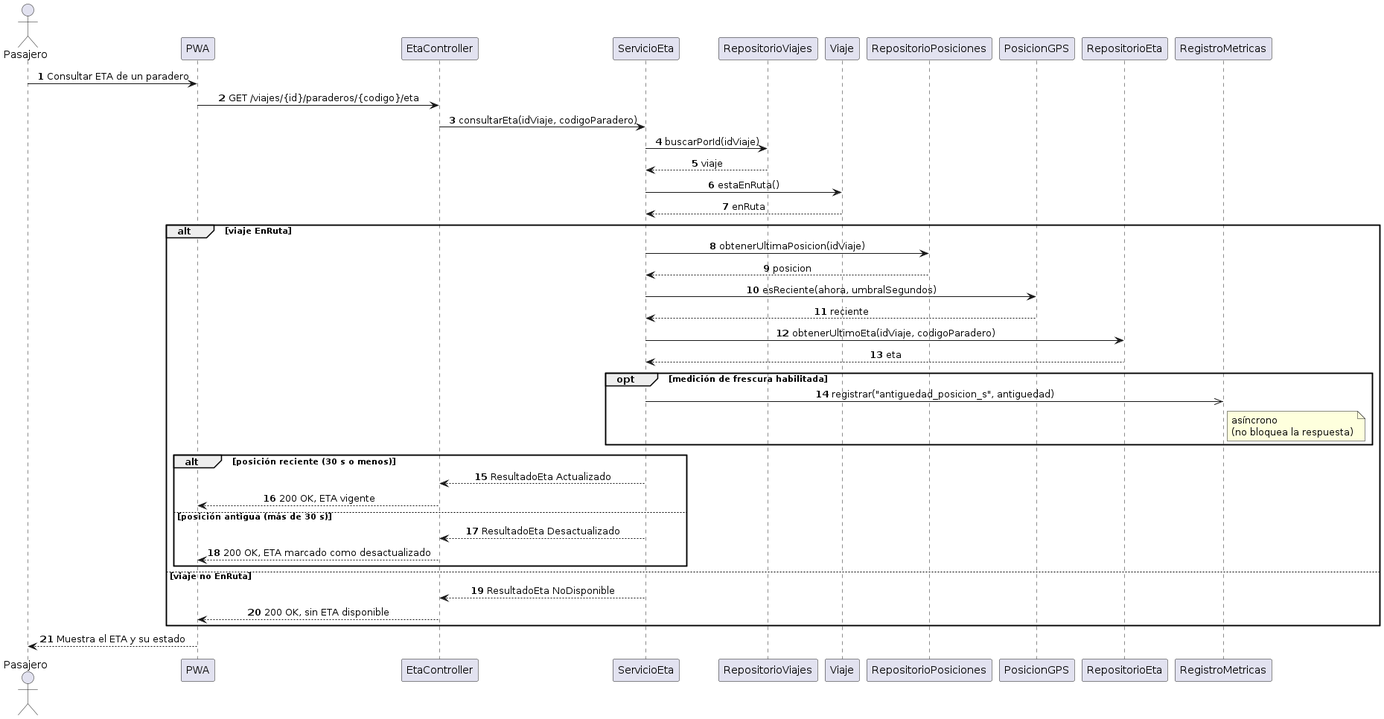
Before: docs/design/img/secuencia_flujo.png, a diagram exported from PlantUML (Camila-Alarico/cs-2026b-lab04--grupo06).
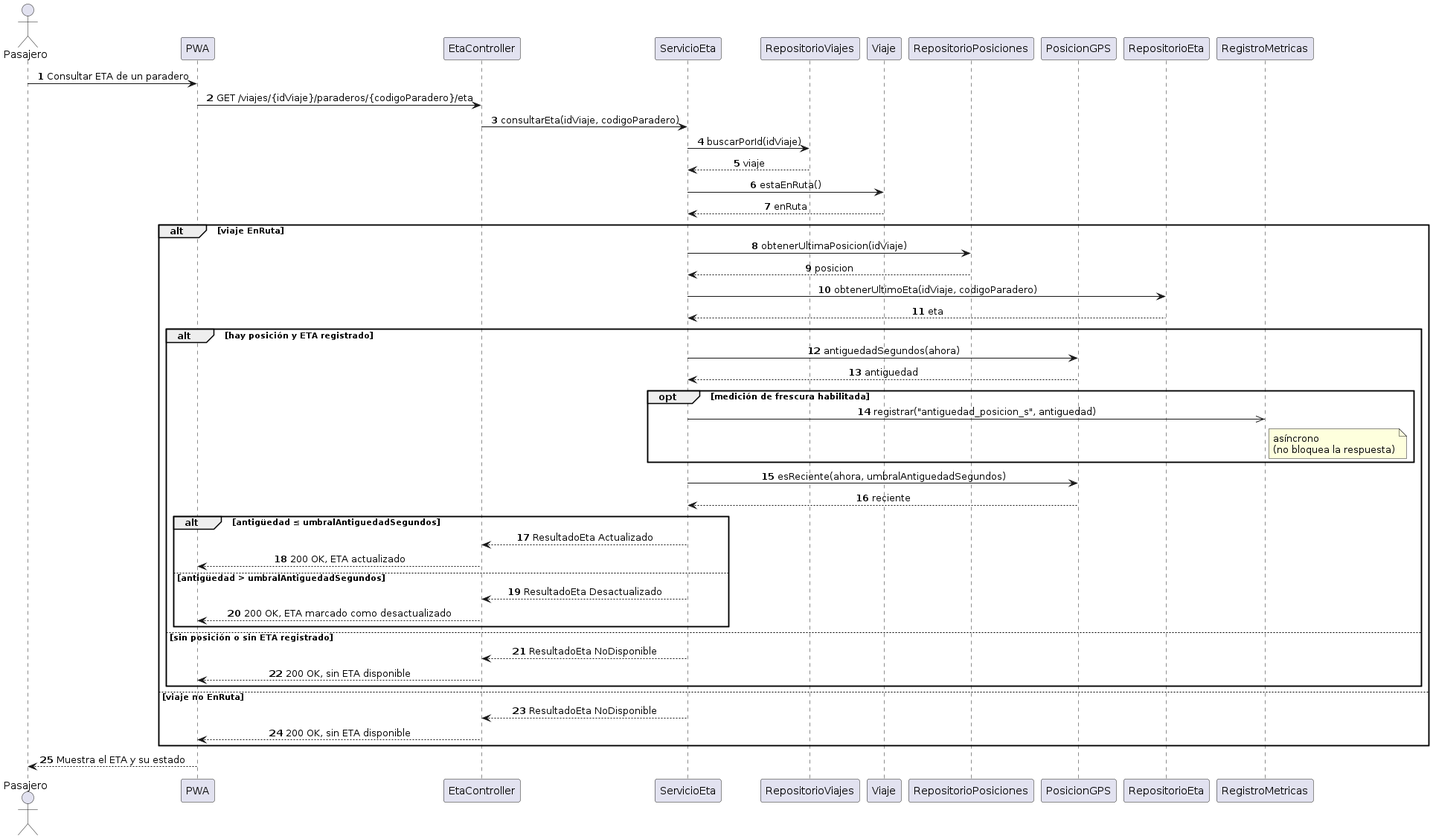
After the commit.

Change to the diagram source:
```diff
@@ -15,7 +15,7 @@
 participant "RegistroMetricas" as M
 
 Pasajero -> UI : Consultar ETA de un paradero
-UI -> C : GET /viajes/{id}/paraderos/{codigo}/eta
+UI -> C : GET /viajes/{idViaje}/paraderos/{codigoParadero}/eta
 C -> S : consultarEta(idViaje, codigoParadero)
 S -> RV : buscarPorId(idViaje)
 RV --> S : viaje
@@ -24,20 +24,27 @@
 alt viaje EnRuta
   S -> RP : obtenerUltimaPosicion(idViaje)
   RP --> S : posicion
-  S -> P : esReciente(ahora, umbralSegundos)
-  P --> S : reciente
   S -> RE : obtenerUltimoEta(idViaje, codigoParadero)
   RE --> S : eta
-  opt medición de frescura habilitada
-    S ->> M : registrar("antiguedad_posicion_s", antiguedad)
-    note right of M : asíncrono\n(no bloquea la respuesta)
-  end
-  alt posición reciente (30 s o menos)
-    S --> C : ResultadoEta Actualizado
-    C --> UI : 200 OK, ETA vigente
-  else posición antigua (más de 30 s)
-    S --> C : ResultadoEta Desactualizado
-    C --> UI : 200 OK, ETA marcado como desactualizado
+  alt hay posición y ETA registrado
+    S -> P : antiguedadSegundos(ahora)
+    P --> S : antiguedad
+    opt medición de frescura habilitada
+      S ->> M : registrar("antiguedad_posicion_s", antiguedad)
+      note right of M : asíncrono\n(no bloquea la respuesta)
+    end
+    S -> P : esReciente(ahora, umbralAntiguedadSegundos)
+    P --> S : reciente
+    alt antigüedad ≤ umbralAntiguedadSegundos
+      S --> C : ResultadoEta Actualizado
+      C --> UI : 200 OK, ETA actualizado
+    else antigüedad > umbralAntiguedadSegundos
+      S --> C : ResultadoEta Desactualizado
+      C --> UI : 200 OK, ETA marcado como desactualizado
+    end
+  else sin posición o sin ETA registrado
+    S --> C : ResultadoEta NoDisponible
+    C --> UI : 200 OK, sin ETA disponible
   end
 else viaje no EnRuta
   S --> C : ResultadoEta NoDisponible
```
